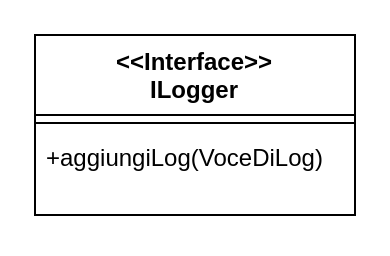
Iannicc/Pet-Party keeps this draw.io diagram as uml/Logger interface.drawio. Above is the earlier version. Source tidied: cells renumbered, new cells numbered last; positions are measured from the earlier drawing's top-left corner, leaving out a move shared by most shapes. Both pictures are drawn from the tidied source at 200%, with x=0, y=0 at pixel (34, 34).
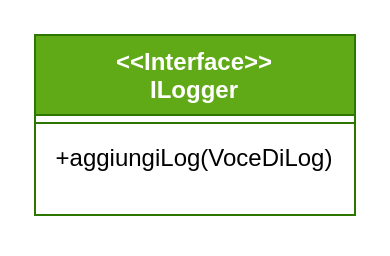
The same diagram, later.

What changed in the source:
```diff
@@
 <mxGraphModel>
   <root>
     <mxCell id="0" />
     <mxCell id="1" parent="0" />
-    <mxCell id="2" value="&amp;lt;&amp;lt;Interface&amp;gt;&amp;gt;&lt;br&gt;ILogger" style="swimlane;fontStyle=1;align=center;verticalAlign=top;horizontal=1;startSize=40;whiteSpace=wrap;html=1;" parent="1" vertex="1">
+    <mxCell id="2" value="&amp;lt;&amp;lt;Interface&amp;gt;&amp;gt;&lt;br&gt;ILogger" style="swimlane;fontStyle=1;align=center;verticalAlign=top;horizontal=1;startSize=40;whiteSpace=wrap;html=1;fillColor=#60a917;fontColor=#ffffff;strokeColor=#2D7600;" parent="1" vertex="1">
       <mxGeometry width="160" height="90" as="geometry" />
     </mxCell>
     <mxCell id="3" style="line;strokeWidth=1;fillColor=none;align=left;verticalAlign=middle;spacingTop=-1;spacingLeft=3;spacingRight=3;labelPosition=right;strokeColor=inherit;" parent="2" vertex="1">
       <mxGeometry y="40" width="160" height="8" as="geometry" />
     </mxCell>
-    <mxCell id="4" value="+aggiungiLog(VoceDiLog)" style="text;strokeColor=none;fillColor=none;align=left;verticalAlign=top;spacingLeft=4;spacingRight=4;overflow=hidden;whiteSpace=wrap;html=1;" parent="2" vertex="1">
+    <mxCell id="4" value="&lt;div align=&quot;center&quot;&gt;+aggiungiLog(VoceDiLog)&lt;/div&gt;" style="text;strokeColor=none;fillColor=none;align=center;verticalAlign=top;spacingLeft=4;spacingRight=4;overflow=hidden;whiteSpace=wrap;html=1;" parent="2" vertex="1">
       <mxGeometry y="48" width="160" height="42" as="geometry" />
     </mxCell>
   </root>
 </mxGraphModel>
```
